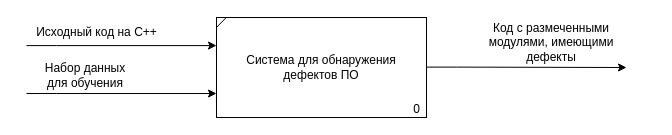
Above: page "idef0" (7 of 9) of doc/inc/analytics/analytics.drawio in ilyasssklimov/bmstu_DefectDetection (draw.io), before the change. Source tidied: cells renumbered, new cells numbered last; positions are measured from the earlier drawing's top-left corner, leaving out a move shared by most shapes. Both pictures are drawn from the tidied source at 100%, with x=0, y=0 at pixel (26, 17).
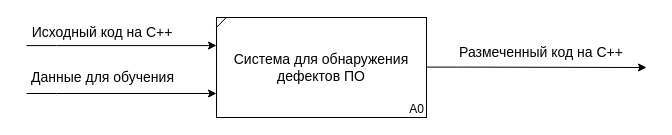
The same page after the edit.

Diff of the diagram source:
```diff
@@
 <mxGraphModel>
   <root>
     <mxCell id="0" />
     <mxCell id="1" parent="0" />
-    <mxCell id="2" value="&lt;div&gt;&lt;font style=&quot;font-size: 12px;&quot;&gt;&lt;font style=&quot;font-size: 12px;&quot;&gt;Система для обнаружения &lt;br&gt;&lt;/font&gt;&lt;/font&gt;&lt;/div&gt;&lt;div&gt;&lt;font style=&quot;font-size: 12px;&quot;&gt;&lt;font style=&quot;font-size: 12px;&quot;&gt;дефектов ПО&lt;/font&gt;&lt;/font&gt;&lt;/div&gt;" style="rounded=0;whiteSpace=wrap;html=1;" parent="1" vertex="1">
+    <mxCell id="2" value="&lt;div style=&quot;font-size: 14px;&quot;&gt;&lt;font style=&quot;font-size: 14px;&quot;&gt;&lt;font style=&quot;font-size: 14px;&quot;&gt;Система для обнаружения &lt;br&gt;&lt;/font&gt;&lt;/font&gt;&lt;/div&gt;&lt;div style=&quot;font-size: 14px;&quot;&gt;&lt;font style=&quot;font-size: 14px;&quot;&gt;&lt;font style=&quot;font-size: 14px;&quot;&gt;дефектов ПО&lt;/font&gt;&lt;/font&gt;&lt;/div&gt;" style="rounded=0;whiteSpace=wrap;html=1;" parent="1" vertex="1">
       <mxGeometry x="190" width="210" height="100" as="geometry" />
     </mxCell>
-    <mxCell id="3" value="&lt;font style=&quot;font-size: 12px;&quot;&gt;0&lt;/font&gt;" style="text;html=1;strokeColor=none;fillColor=none;align=center;verticalAlign=middle;whiteSpace=wrap;rounded=0;fontSize=14;" parent="1" vertex="1">
+    <mxCell id="3" value="&lt;font style=&quot;font-size: 12px;&quot;&gt;А0&lt;/font&gt;" style="text;html=1;strokeColor=none;fillColor=none;align=center;verticalAlign=middle;whiteSpace=wrap;rounded=0;fontSize=14;" parent="1" vertex="1">
       <mxGeometry x="377" y="83" width="27" height="15" as="geometry" />
     </mxCell>
     <mxCell id="4" style="endArrow=none;html=1;rounded=0;fontSize=12;exitX=0;exitY=0.099;exitDx=0;exitDy=0;exitPerimeter=0;entryX=0.046;entryY=0.001;entryDx=0;entryDy=0;entryPerimeter=0;" parent="1" edge="1" source="2" target="2">
       <mxGeometry relative="1" as="geometry" />
     </mxCell>
     <mxCell id="5" style="endArrow=classic;html=1;rounded=0;fontSize=12;entryX=0;entryY=0.5;entryDx=0;entryDy=0;edgeStyle=orthogonalEdgeStyle;" parent="1" edge="1">
       <mxGeometry relative="1" as="geometry">
         <mxPoint y="28.1" as="sourcePoint" />
         <mxPoint x="190" y="28.1" as="targetPoint" />
         <Array as="points">
           <mxPoint x="30" y="28.1" />
           <mxPoint x="30" y="28.1" />
         </Array>
       </mxGeometry>
     </mxCell>
     <mxCell id="6" style="endArrow=classic;html=1;rounded=0;fontSize=12;edgeStyle=orthogonalEdgeStyle;" parent="1" edge="1">
       <mxGeometry relative="1" as="geometry">
         <mxPoint x="400" y="49.6" as="sourcePoint" />
-        <mxPoint x="600" y="50" as="targetPoint" />
+        <mxPoint x="620" y="50" as="targetPoint" />
         <Array as="points">
           <mxPoint x="430" y="49.6" />
           <mxPoint x="430" y="49.6" />
         </Array>
       </mxGeometry>
     </mxCell>
-    <mxCell id="7" value="Исходный код на C++" style="text;html=1;strokeColor=none;fillColor=none;align=center;verticalAlign=middle;whiteSpace=wrap;rounded=0;fontSize=12;" parent="1" vertex="1">
-      <mxGeometry width="141" height="30" as="geometry" />
+    <mxCell id="7" value="&lt;font style=&quot;font-size: 14px;&quot;&gt;Исходный код на C++&lt;/font&gt;" style="text;html=1;strokeColor=none;fillColor=none;align=center;verticalAlign=middle;whiteSpace=wrap;rounded=0;fontSize=12;" parent="1" vertex="1">
+      <mxGeometry x="-3.8" width="160" height="30" as="geometry" />
     </mxCell>
-    <mxCell id="8" value="Код с размеченными модулями, имеющими дефекты" style="text;html=1;strokeColor=none;fillColor=none;align=center;verticalAlign=middle;whiteSpace=wrap;rounded=0;fontSize=12;" parent="1" vertex="1">
-      <mxGeometry x="460" y="10" width="130" height="30" as="geometry" />
+    <mxCell id="8" value="&lt;font style=&quot;font-size: 14px;&quot;&gt;Размеченный код на С++&lt;/font&gt;" style="text;html=1;strokeColor=none;fillColor=none;align=center;verticalAlign=middle;whiteSpace=wrap;rounded=0;fontSize=12;" parent="1" vertex="1">
+      <mxGeometry x="430" y="20" width="170" height="30" as="geometry" />
     </mxCell>
-    <mxCell id="9" value="Набор данных для обучения" style="text;html=1;strokeColor=none;fillColor=none;align=center;verticalAlign=middle;whiteSpace=wrap;rounded=0;fontSize=12;" parent="1" vertex="1">
-      <mxGeometry x="9" y="43" width="100" height="30" as="geometry" />
+    <mxCell id="9" value="&lt;font style=&quot;font-size: 14px;&quot;&gt;Данные для обучения&lt;/font&gt;" style="text;html=1;strokeColor=none;fillColor=none;align=center;verticalAlign=middle;whiteSpace=wrap;rounded=0;fontSize=12;" parent="1" vertex="1">
+      <mxGeometry x="-9" y="45" width="170.5" height="30" as="geometry" />
     </mxCell>
     <mxCell id="10" style="endArrow=classic;html=1;rounded=0;fontSize=12;entryX=0;entryY=0.5;entryDx=0;entryDy=0;edgeStyle=orthogonalEdgeStyle;" parent="1" edge="1">
       <mxGeometry relative="1" as="geometry">
         <mxPoint y="76" as="sourcePoint" />
         <mxPoint x="190" y="76" as="targetPoint" />
         <Array as="points">
           <mxPoint x="30" y="76" />
           <mxPoint x="30" y="76" />
         </Array>
       </mxGeometry>
     </mxCell>
   </root>
 </mxGraphModel>
```
